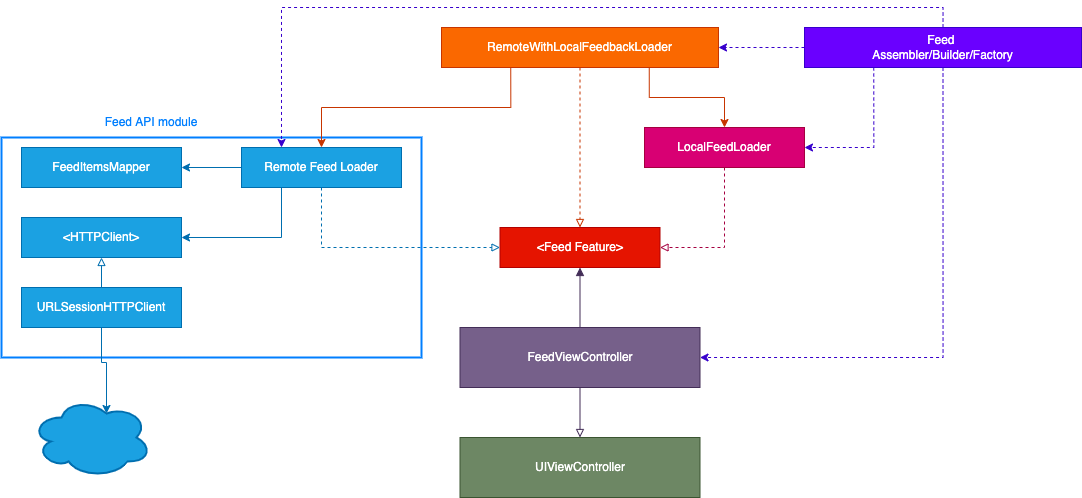
The draw.io diagram architecture.png in sebspi/essential-feed-case-study, before a commit. Source tidied: cells renumbered, new cells last; positions are measured from the earlier drawing's top-left corner, leaving out a move shared by most shapes.
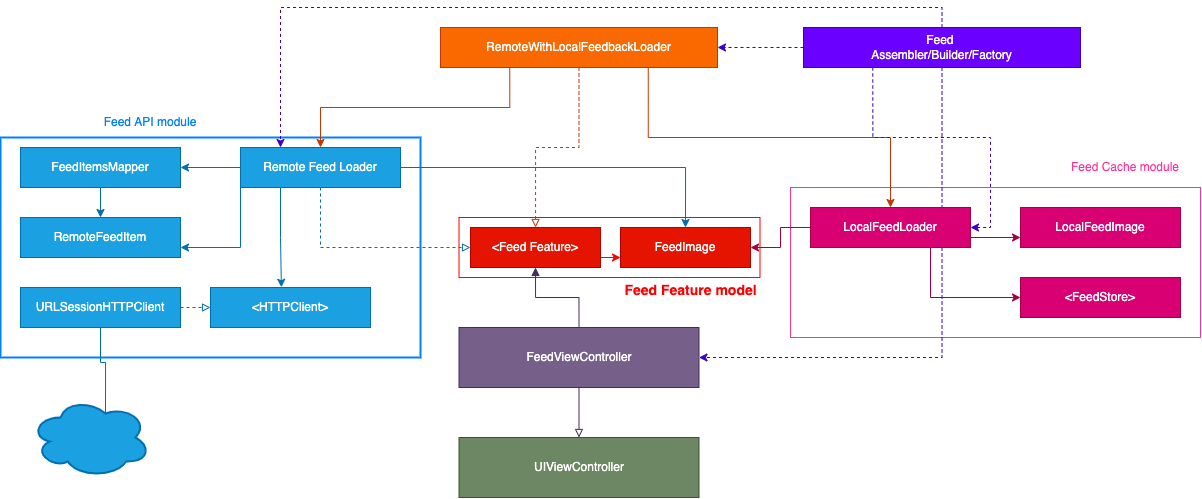
The same file after the commit.

Diff of the diagram source:
```diff
@@ -2,6 +2,12 @@
   <root>
     <mxCell id="0" />
     <mxCell id="1" parent="0" />
+    <mxCell id="30" style="rounded=0;whiteSpace=wrap;html=1;strokeColor=#FF0000;fillColor=none;" parent="1" vertex="1">
+      <mxGeometry x="458.5" y="190" width="301" height="60" as="geometry" />
+    </mxCell>
+    <mxCell id="31" style="rounded=0;whiteSpace=wrap;html=1;fillColor=none;fontColor=#ffffff;strokeColor=#FF3399;" parent="1" vertex="1">
+      <mxGeometry x="790" y="160" width="410" height="150" as="geometry" />
+    </mxCell>
     <mxCell id="2" style="rounded=0;whiteSpace=wrap;html=1;fillColor=none;strokeWidth=2;strokeColor=#007FFF;" parent="1" vertex="1">
       <mxGeometry y="110" width="420" height="220" as="geometry" />
     </mxCell>
@@ -17,12 +23,6 @@
     <mxCell id="6" value="UIViewController" style="rounded=0;whiteSpace=wrap;html=1;fillColor=#6d8764;strokeColor=#3A5431;fontColor=#ffffff;" parent="1" vertex="1">
       <mxGeometry x="458.5" y="410" width="240" height="60" as="geometry" />
     </mxCell>
-    <mxCell id="7" style="edgeStyle=orthogonalEdgeStyle;rounded=0;jettySize=auto;html=1;exitX=0.5;exitY=1;exitDx=0;exitDy=0;entryX=1;entryY=0.5;entryDx=0;entryDy=0;dashed=1;fontColor=#FFFFFF;endArrow=block;endFill=0;fillColor=#d80073;strokeColor=#A50040;" parent="1" edge="1" source="8" target="13">
-      <mxGeometry relative="1" as="geometry" />
-    </mxCell>
-    <mxCell id="8" value="LocalFeedLoader" style="rounded=0;whiteSpace=wrap;html=1;fillColor=#d80073;strokeColor=#A50040;fontColor=#ffffff;" parent="1" vertex="1">
-      <mxGeometry x="643" y="100" width="160" height="40" as="geometry" />
-    </mxCell>
     <mxCell id="9" style="edgeStyle=orthogonalEdgeStyle;rounded=0;jettySize=auto;html=1;exitX=0.5;exitY=1;exitDx=0;exitDy=0;entryX=0;entryY=0.5;entryDx=0;entryDy=0;fontColor=#FFFFFF;endArrow=block;endFill=0;dashed=1;fillColor=#1ba1e2;strokeColor=#006EAF;" parent="1" edge="1" source="12" target="13">
       <mxGeometry relative="1" as="geometry" />
     </mxCell>
@@ -33,14 +33,23 @@
         </Array>
       </mxGeometry>
     </mxCell>
+    <mxCell id="32" style="edgeStyle=orthogonalEdgeStyle;rounded=0;jettySize=auto;html=1;exitX=1;exitY=0.5;exitDx=0;exitDy=0;entryX=0.5;entryY=0;entryDx=0;entryDy=0;fontSize=14;fontColor=#FF0000;strokeColor=#006EAF;fillColor=#1ba1e2;" parent="1" edge="1" source="12" target="42">
+      <mxGeometry relative="1" as="geometry" />
+    </mxCell>
-    <mxCell id="11" style="edgeStyle=orthogonalEdgeStyle;rounded=0;jettySize=auto;html=1;exitX=0.25;exitY=1;exitDx=0;exitDy=0;entryX=1;entryY=0.5;entryDx=0;entryDy=0;fontColor=#007FFF;fillColor=#1ba1e2;strokeColor=#006EAF;" parent="1" edge="1" source="12" target="25">
+    <mxCell id="11" style="edgeStyle=orthogonalEdgeStyle;rounded=0;jettySize=auto;html=1;exitX=0.25;exitY=1;exitDx=0;exitDy=0;entryX=0.443;entryY=-0.006;entryDx=0;entryDy=0;entryPerimeter=0;fontSize=14;fontColor=#FF0000;strokeColor=#006EAF;fillColor=#1ba1e2;" parent="1" edge="1" source="12" target="25">
       <mxGeometry relative="1" as="geometry" />
     </mxCell>
+    <mxCell id="33" style="edgeStyle=orthogonalEdgeStyle;rounded=0;jettySize=auto;html=1;exitX=0;exitY=1;exitDx=0;exitDy=0;entryX=1;entryY=0.75;entryDx=0;entryDy=0;fontSize=14;fontColor=#FF0000;strokeColor=#006EAF;fillColor=#1ba1e2;" parent="1" edge="1" source="12" target="43">
+      <mxGeometry relative="1" as="geometry" />
+    </mxCell>
     <mxCell id="12" value="Remote Feed Loader" style="rounded=0;whiteSpace=wrap;html=1;fillColor=#1ba1e2;strokeColor=#006EAF;fontColor=#ffffff;" parent="1" vertex="1">
       <mxGeometry x="240" y="120" width="160" height="40" as="geometry" />
     </mxCell>
+    <mxCell id="34" style="edgeStyle=orthogonalEdgeStyle;rounded=0;jettySize=auto;html=1;exitX=1;exitY=0.75;exitDx=0;exitDy=0;entryX=0;entryY=0.75;entryDx=0;entryDy=0;fontSize=14;fontColor=#FF0000;strokeColor=#FF0000;" parent="1" edge="1" source="13" target="42">
+      <mxGeometry relative="1" as="geometry" />
+    </mxCell>
     <mxCell id="13" value="&amp;lt;Feed Feature&amp;gt;" style="rounded=0;whiteSpace=wrap;html=1;fillColor=#e51400;strokeColor=#B20000;fontColor=#ffffff;" parent="1" vertex="1">
-      <mxGeometry x="498.5" y="200" width="160" height="40" as="geometry" />
+      <mxGeometry x="470" y="200" width="130" height="40" as="geometry" />
     </mxCell>
     <mxCell id="14" style="edgeStyle=orthogonalEdgeStyle;rounded=0;jettySize=auto;html=1;exitX=0.25;exitY=1;exitDx=0;exitDy=0;entryX=0.5;entryY=0;entryDx=0;entryDy=0;fontColor=#FFFFFF;fillColor=#fa6800;strokeColor=#C73500;" parent="1" edge="1" source="17" target="12">
       <mxGeometry relative="1" as="geometry" />
@@ -72,23 +81,56 @@
     <mxCell id="23" value="Feed API module" style="text;html=1;strokeColor=none;fillColor=none;align=center;verticalAlign=middle;whiteSpace=wrap;rounded=0;fontColor=#007FFF;" parent="1" vertex="1">
       <mxGeometry x="100" y="80" width="100" height="30" as="geometry" />
     </mxCell>
+    <mxCell id="35" style="edgeStyle=orthogonalEdgeStyle;rounded=0;jettySize=auto;html=1;exitX=0.5;exitY=1;exitDx=0;exitDy=0;entryX=0.5;entryY=0;entryDx=0;entryDy=0;fontSize=14;fontColor=#FF0000;strokeColor=#006EAF;fillColor=#1ba1e2;" parent="1" edge="1" source="24" target="43">
+      <mxGeometry relative="1" as="geometry" />
+    </mxCell>
     <mxCell id="24" value="FeedItemsMapper" style="rounded=0;whiteSpace=wrap;html=1;fillColor=#1ba1e2;strokeColor=#006EAF;fontColor=#ffffff;" parent="1" vertex="1">
       <mxGeometry x="20" y="120" width="160" height="40" as="geometry" />
     </mxCell>
     <mxCell id="25" value="&amp;lt;HTTPClient&amp;gt;" style="rounded=0;whiteSpace=wrap;html=1;fillColor=#1ba1e2;strokeColor=#006EAF;fontColor=#ffffff;" parent="1" vertex="1">
-      <mxGeometry x="20" y="190" width="160" height="40" as="geometry" />
+      <mxGeometry x="210" y="260" width="160" height="40" as="geometry" />
     </mxCell>
     <mxCell id="26" style="ellipse;shape=cloud;whiteSpace=wrap;html=1;fontColor=#ffffff;strokeColor=#006EAF;strokeWidth=2;fillColor=#1ba1e2;" parent="1" vertex="1">
       <mxGeometry x="30" y="370" width="120" height="80" as="geometry" />
     </mxCell>
-    <mxCell id="27" style="edgeStyle=orthogonalEdgeStyle;rounded=0;jettySize=auto;html=1;exitX=0.5;exitY=0;exitDx=0;exitDy=0;fontColor=#007FFF;endArrow=block;endFill=0;fillColor=#1ba1e2;strokeColor=#006EAF;" parent="1" edge="1" source="29" target="25">
+    <mxCell id="27" style="edgeStyle=orthogonalEdgeStyle;rounded=0;jettySize=auto;html=1;exitX=1;exitY=0.5;exitDx=0;exitDy=0;entryX=0;entryY=0.5;entryDx=0;entryDy=0;fontSize=14;fontColor=#FF0000;strokeColor=#006EAF;fillColor=#1ba1e2;dashed=1;endArrow=block;endFill=0;" parent="1" edge="1" source="29" target="25">
       <mxGeometry relative="1" as="geometry" />
     </mxCell>
-    <mxCell id="28" style="edgeStyle=orthogonalEdgeStyle;rounded=0;jettySize=auto;html=1;exitX=0.5;exitY=1;exitDx=0;exitDy=0;entryX=0.625;entryY=0.2;entryDx=0;entryDy=0;entryPerimeter=0;fontColor=#007FFF;fillColor=#1ba1e2;strokeColor=#006EAF;" parent="1" edge="1" source="29" target="26">
+    <mxCell id="28" style="edgeStyle=orthogonalEdgeStyle;rounded=0;jettySize=auto;html=1;exitX=0.5;exitY=1;exitDx=0;exitDy=0;entryX=0.625;entryY=0.2;entryDx=0;entryDy=0;entryPerimeter=0;fontSize=14;fontColor=#FF0000;endArrow=none;endFill=0;strokeColor=#006EAF;fillColor=#1ba1e2;" parent="1" edge="1" source="29" target="26">
       <mxGeometry relative="1" as="geometry" />
     </mxCell>
     <mxCell id="29" value="URLSessionHTTPClient" style="rounded=0;whiteSpace=wrap;html=1;fillColor=#1ba1e2;strokeColor=#006EAF;fontColor=#ffffff;" parent="1" vertex="1">
       <mxGeometry x="20" y="260" width="160" height="40" as="geometry" />
     </mxCell>
+    <mxCell id="36" style="edgeStyle=orthogonalEdgeStyle;rounded=0;jettySize=auto;html=1;exitX=1;exitY=0.75;exitDx=0;exitDy=0;entryX=0;entryY=0.75;entryDx=0;entryDy=0;fillColor=#d80073;strokeColor=#A50040;" parent="1" edge="1" source="8" target="39">
+      <mxGeometry relative="1" as="geometry" />
+    </mxCell>
+    <mxCell id="37" style="edgeStyle=orthogonalEdgeStyle;rounded=0;jettySize=auto;html=1;exitX=0.75;exitY=1;exitDx=0;exitDy=0;entryX=0;entryY=0.5;entryDx=0;entryDy=0;fillColor=#d80073;strokeColor=#A50040;" parent="1" edge="1" source="8" target="40">
+      <mxGeometry relative="1" as="geometry" />
+    </mxCell>
+    <mxCell id="38" style="edgeStyle=orthogonalEdgeStyle;rounded=0;jettySize=auto;html=1;exitX=0;exitY=0.5;exitDx=0;exitDy=0;fontSize=14;fontColor=#FF0000;strokeColor=#A50040;fillColor=#d80073;" parent="1" edge="1" source="8" target="42">
+      <mxGeometry relative="1" as="geometry" />
+    </mxCell>
+    <mxCell id="8" value="LocalFeedLoader" style="rounded=0;whiteSpace=wrap;html=1;fillColor=#d80073;strokeColor=#A50040;fontColor=#ffffff;" parent="1" vertex="1">
+      <mxGeometry x="810" y="180" width="160" height="40" as="geometry" />
+    </mxCell>
+    <mxCell id="39" value="LocalFeedImage" style="rounded=0;whiteSpace=wrap;html=1;fillColor=#d80073;strokeColor=#A50040;fontColor=#ffffff;" parent="1" vertex="1">
+      <mxGeometry x="1020" y="180" width="160" height="40" as="geometry" />
+    </mxCell>
+    <mxCell id="40" value="&amp;lt;FeedStore&amp;gt;" style="rounded=0;whiteSpace=wrap;html=1;fillColor=#d80073;strokeColor=#A50040;fontColor=#ffffff;" parent="1" vertex="1">
+      <mxGeometry x="1020" y="250" width="160" height="40" as="geometry" />
+    </mxCell>
+    <mxCell id="41" value="&lt;font color=&quot;#ff0000&quot; style=&quot;font-size: 14px&quot;&gt;Feed Feature model&lt;/font&gt;" style="text;strokeColor=none;fillColor=none;html=1;fontSize=24;fontStyle=1;verticalAlign=middle;align=center;" parent="1" vertex="1">
+      <mxGeometry x="640" y="240" width="100" height="40" as="geometry" />
+    </mxCell>
+    <mxCell id="42" value="FeedImage" style="rounded=0;whiteSpace=wrap;html=1;fillColor=#e51400;strokeColor=#B20000;fontColor=#ffffff;" parent="1" vertex="1">
+      <mxGeometry x="620" y="200" width="130" height="40" as="geometry" />
+    </mxCell>
+    <mxCell id="43" value="RemoteFeedItem" style="rounded=0;whiteSpace=wrap;html=1;fillColor=#1ba1e2;strokeColor=#006EAF;fontColor=#ffffff;" parent="1" vertex="1">
+      <mxGeometry x="20" y="190" width="160" height="40" as="geometry" />
+    </mxCell>
+    <mxCell id="44" value="&lt;font color=&quot;#ff3399&quot;&gt;Feed Cache module&lt;/font&gt;" style="text;html=1;strokeColor=none;fillColor=none;align=center;verticalAlign=middle;whiteSpace=wrap;rounded=0;fontColor=#007FFF;" parent="1" vertex="1">
+      <mxGeometry x="1060" y="125" width="130" height="30" as="geometry" />
+    </mxCell>
   </root>
 </mxGraphModel>
```
